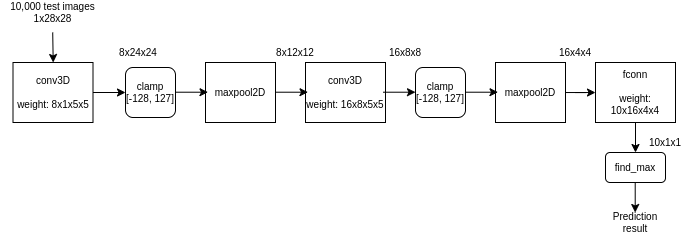
Above: spec/images/lenet.png in v00id852/LittleChip (draw.io), before the change. Source tidied: cells renumbered, new cells last; positions are measured from the earlier drawing's top-left corner, leaving out a move shared by most shapes. The source it was exported from:
```xml
<mxGraphModel>
  <root>
    <mxCell id="0" />
    <mxCell id="1" parent="0" />
    <mxCell id="2" value="&lt;font style=&quot;font-size: 10px&quot;&gt;conv3D&lt;br style=&quot;font-size: 10px;&quot;&gt;&lt;br style=&quot;font-size: 10px;&quot;&gt;weight: 8x1x5x5&lt;/font&gt;" style="rounded=0;whiteSpace=wrap;html=1;fontSize=10;" parent="1" vertex="1">
      <mxGeometry x="12.5" y="60" width="80" height="60" as="geometry" />
    </mxCell>
    <mxCell id="3" value="&lt;font style=&quot;font-size: 10px&quot;&gt;maxpool2D&lt;/font&gt;" style="rounded=0;whiteSpace=wrap;html=1;fontSize=10;" parent="1" vertex="1">
      <mxGeometry x="205" y="60" width="70" height="60" as="geometry" />
    </mxCell>
    <mxCell id="4" value="&lt;font style=&quot;font-size: 10px;&quot;&gt;clamp&lt;br style=&quot;font-size: 10px;&quot;&gt;[-128, 127]&lt;/font&gt;" style="rounded=1;whiteSpace=wrap;html=1;fontSize=10;" parent="1" vertex="1">
      <mxGeometry x="125" y="65" width="50" height="50" as="geometry" />
    </mxCell>
    <mxCell id="5" value="&lt;font style=&quot;font-size: 10px&quot;&gt;conv3D&lt;br style=&quot;font-size: 10px;&quot;&gt;&lt;br style=&quot;font-size: 10px;&quot;&gt;weight: 16x8x5x5&lt;/font&gt;" style="rounded=0;whiteSpace=wrap;html=1;fontSize=10;" parent="1" vertex="1">
      <mxGeometry x="305" y="60" width="80" height="60" as="geometry" />
    </mxCell>
    <mxCell id="6" style="edgeStyle=orthogonalEdgeStyle;rounded=0;jettySize=auto;html=1;fillColor=#ffffff;fontSize=10;" parent="1" edge="1" source="7" target="8">
      <mxGeometry relative="1" as="geometry" />
    </mxCell>
    <mxCell id="7" value="&lt;font style=&quot;font-size: 10px&quot;&gt;maxpool2D&lt;/font&gt;" style="rounded=0;whiteSpace=wrap;html=1;fontSize=10;" parent="1" vertex="1">
      <mxGeometry x="495" y="60" width="70" height="60" as="geometry" />
    </mxCell>
    <mxCell id="8" value="&lt;font style=&quot;font-size: 10px&quot;&gt;fconn&lt;br style=&quot;font-size: 10px;&quot;&gt;&lt;br style=&quot;font-size: 10px;&quot;&gt;weight: 10x16x4x4&lt;/font&gt;" style="rounded=0;whiteSpace=wrap;html=1;fontSize=10;" parent="1" vertex="1">
      <mxGeometry x="595" y="60" width="80" height="60" as="geometry" />
    </mxCell>
    <mxCell id="9" value="&lt;font style=&quot;font-size: 10px&quot;&gt;find_max&lt;/font&gt;" style="rounded=1;whiteSpace=wrap;html=1;fontSize=10;" parent="1" vertex="1">
      <mxGeometry x="605" y="150" width="60" height="30" as="geometry" />
    </mxCell>
    <mxCell id="10" value="&lt;font style=&quot;font-size: 10px;&quot;&gt;clamp&lt;br style=&quot;font-size: 10px;&quot;&gt;[-128, 127]&lt;/font&gt;" style="rounded=1;whiteSpace=wrap;html=1;fontSize=10;" parent="1" vertex="1">
      <mxGeometry x="415" y="65" width="50" height="50" as="geometry" />
    </mxCell>
    <mxCell id="11" value="10,000 test images 1x28x28" style="text;html=1;strokeColor=none;fillColor=none;align=center;verticalAlign=middle;whiteSpace=wrap;rounded=0;fontSize=10;" parent="1" vertex="1">
      <mxGeometry width="105" height="20" as="geometry" />
    </mxCell>
    <mxCell id="12" value="8x24x24" style="text;html=1;strokeColor=none;fillColor=none;align=center;verticalAlign=middle;whiteSpace=wrap;rounded=0;fontSize=10;" parent="1" vertex="1">
      <mxGeometry x="117.5" y="40" width="40" height="20" as="geometry" />
    </mxCell>
    <mxCell id="13" value="8x12x12" style="text;html=1;strokeColor=none;fillColor=none;align=center;verticalAlign=middle;whiteSpace=wrap;rounded=0;fontSize=10;" parent="1" vertex="1">
      <mxGeometry x="275" y="40" width="40" height="20" as="geometry" />
    </mxCell>
    <mxCell id="14" value="16x8x8" style="text;html=1;strokeColor=none;fillColor=none;align=center;verticalAlign=middle;whiteSpace=wrap;rounded=0;fontSize=10;" parent="1" vertex="1">
      <mxGeometry x="385" y="40" width="40" height="20" as="geometry" />
    </mxCell>
    <mxCell id="15" value="16x4x4" style="text;html=1;strokeColor=none;fillColor=none;align=center;verticalAlign=middle;whiteSpace=wrap;rounded=0;fontSize=10;" parent="1" vertex="1">
      <mxGeometry x="555" y="40" width="40" height="20" as="geometry" />
    </mxCell>
    <mxCell id="16" value="Prediction result" style="text;html=1;strokeColor=none;fillColor=none;align=center;verticalAlign=middle;whiteSpace=wrap;rounded=0;fontSize=10;" parent="1" vertex="1">
      <mxGeometry x="615" y="210" width="40" height="20" as="geometry" />
    </mxCell>
    <mxCell id="17" value="10x1x1" style="text;html=1;strokeColor=none;fillColor=none;align=center;verticalAlign=middle;whiteSpace=wrap;rounded=0;fontSize=10;" parent="1" vertex="1">
      <mxGeometry x="645" y="130" width="40" height="20" as="geometry" />
    </mxCell>
    <mxCell id="18" style="endArrow=classic;html=1;fillColor=#ffffff;fontSize=10;exitX=1;exitY=0.5;exitDx=0;exitDy=0;entryX=0;entryY=0.5;entryDx=0;entryDy=0;" parent="1" edge="1" source="2" target="4">
      <mxGeometry relative="1" as="geometry" />
    </mxCell>
    <mxCell id="19" style="endArrow=classic;html=1;fillColor=#ffffff;fontSize=10;exitX=1;exitY=0.5;exitDx=0;exitDy=0;entryX=0;entryY=0.5;entryDx=0;entryDy=0;" parent="1" edge="1">
      <mxGeometry relative="1" as="geometry">
        <mxPoint x="175" y="89.7" as="sourcePoint" />
        <mxPoint x="207.5" y="89.7" as="targetPoint" />
      </mxGeometry>
    </mxCell>
    <mxCell id="20" style="endArrow=classic;html=1;fillColor=#ffffff;fontSize=10;exitX=1;exitY=0.5;exitDx=0;exitDy=0;entryX=0;entryY=0.5;entryDx=0;entryDy=0;" parent="1" edge="1">
      <mxGeometry relative="1" as="geometry">
        <mxPoint x="275" y="89.7" as="sourcePoint" />
        <mxPoint x="307.5" y="89.7" as="targetPoint" />
      </mxGeometry>
    </mxCell>
    <mxCell id="21" style="endArrow=classic;html=1;fillColor=#ffffff;fontSize=10;exitX=1;exitY=0.5;exitDx=0;exitDy=0;entryX=0;entryY=0.5;entryDx=0;entryDy=0;" parent="1" edge="1">
      <mxGeometry relative="1" as="geometry">
        <mxPoint x="382.5" y="89.7" as="sourcePoint" />
        <mxPoint x="415" y="89.7" as="targetPoint" />
      </mxGeometry>
    </mxCell>
    <mxCell id="22" style="endArrow=classic;html=1;fillColor=#ffffff;fontSize=10;exitX=1;exitY=0.5;exitDx=0;exitDy=0;entryX=0;entryY=0.5;entryDx=0;entryDy=0;" parent="1" edge="1">
      <mxGeometry relative="1" as="geometry">
        <mxPoint x="465" y="89.7" as="sourcePoint" />
        <mxPoint x="497.5" y="89.7" as="targetPoint" />
      </mxGeometry>
    </mxCell>
    <mxCell id="23" style="endArrow=classic;html=1;fillColor=#ffffff;fontSize=10;exitX=0.5;exitY=1;exitDx=0;exitDy=0;entryX=0.5;entryY=0;entryDx=0;entryDy=0;" parent="1" edge="1" source="8" target="9">
      <mxGeometry relative="1" as="geometry" />
    </mxCell>
    <mxCell id="24" style="endArrow=classic;html=1;fillColor=#ffffff;fontSize=10;exitX=1;exitY=0.5;exitDx=0;exitDy=0;" parent="1" edge="1">
      <mxGeometry relative="1" as="geometry">
        <mxPoint x="52.2" y="30" as="sourcePoint" />
        <mxPoint x="52.7" y="60" as="targetPoint" />
      </mxGeometry>
    </mxCell>
    <mxCell id="25" style="endArrow=classic;html=1;fillColor=#ffffff;fontSize=10;exitX=0.5;exitY=1;exitDx=0;exitDy=0;entryX=0.5;entryY=0;entryDx=0;entryDy=0;" parent="1" edge="1">
      <mxGeometry relative="1" as="geometry">
        <mxPoint x="634.7" y="180" as="sourcePoint" />
        <mxPoint x="634.7" y="210" as="targetPoint" />
      </mxGeometry>
    </mxCell>
  </root>
</mxGraphModel>
```
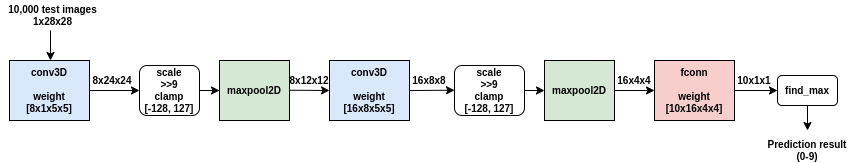
Later version of the same file.

Change to the diagram source:
```diff
@@ -2,95 +2,92 @@
   <root>
     <mxCell id="0" />
     <mxCell id="1" parent="0" />
-    <mxCell id="2" value="&lt;font style=&quot;font-size: 10px&quot;&gt;conv3D&lt;br style=&quot;font-size: 10px;&quot;&gt;&lt;br style=&quot;font-size: 10px;&quot;&gt;weight: 8x1x5x5&lt;/font&gt;" style="rounded=0;whiteSpace=wrap;html=1;fontSize=10;" parent="1" vertex="1">
-      <mxGeometry x="12.5" y="60" width="80" height="60" as="geometry" />
+    <mxCell id="2" value="&lt;font style=&quot;font-size: 10px&quot;&gt;&lt;b&gt;conv3D&lt;br style=&quot;font-size: 10px&quot;&gt;&lt;br style=&quot;font-size: 10px&quot;&gt;weight&lt;br&gt;[8x1x5x5]&lt;/b&gt;&lt;/font&gt;" style="rounded=0;whiteSpace=wrap;html=1;fontSize=10;strokeWidth=1;fillColor=#dae8fc;" parent="1" vertex="1">
+      <mxGeometry x="-46" y="60" width="80" height="60" as="geometry" />
     </mxCell>
-    <mxCell id="3" value="&lt;font style=&quot;font-size: 10px&quot;&gt;maxpool2D&lt;/font&gt;" style="rounded=0;whiteSpace=wrap;html=1;fontSize=10;" parent="1" vertex="1">
-      <mxGeometry x="205" y="60" width="70" height="60" as="geometry" />
+    <mxCell id="3" value="&lt;font style=&quot;font-size: 10px&quot;&gt;&lt;b&gt;maxpool2D&lt;/b&gt;&lt;/font&gt;" style="rounded=0;whiteSpace=wrap;html=1;fontSize=10;strokeWidth=1;fillColor=#d5e8d4;" parent="1" vertex="1">
+      <mxGeometry x="164" y="60" width="70" height="60" as="geometry" />
     </mxCell>
+    <mxCell id="26" style="edgeStyle=orthogonalEdgeStyle;rounded=0;jettySize=auto;html=1;" parent="1" edge="1" target="3">
+      <mxGeometry relative="1" as="geometry">
+        <mxPoint x="144" y="90" as="sourcePoint" />
+      </mxGeometry>
+    </mxCell>
-    <mxCell id="4" value="&lt;font style=&quot;font-size: 10px;&quot;&gt;clamp&lt;br style=&quot;font-size: 10px;&quot;&gt;[-128, 127]&lt;/font&gt;" style="rounded=1;whiteSpace=wrap;html=1;fontSize=10;" parent="1" vertex="1">
-      <mxGeometry x="125" y="65" width="50" height="50" as="geometry" />
+    <mxCell id="4" value="&lt;font style=&quot;font-size: 10px&quot;&gt;&lt;b&gt;scale&lt;br&gt;&amp;gt;&amp;gt;9&lt;br&gt;clamp&lt;br style=&quot;font-size: 10px&quot;&gt;[-128, 127]&lt;/b&gt;&lt;/font&gt;" style="rounded=1;whiteSpace=wrap;html=1;fontSize=10;" parent="1" vertex="1">
+      <mxGeometry x="84" y="65" width="60" height="50" as="geometry" />
     </mxCell>
-    <mxCell id="5" value="&lt;font style=&quot;font-size: 10px&quot;&gt;conv3D&lt;br style=&quot;font-size: 10px;&quot;&gt;&lt;br style=&quot;font-size: 10px;&quot;&gt;weight: 16x8x5x5&lt;/font&gt;" style="rounded=0;whiteSpace=wrap;html=1;fontSize=10;" parent="1" vertex="1">
-      <mxGeometry x="305" y="60" width="80" height="60" as="geometry" />
+    <mxCell id="5" value="&lt;font style=&quot;font-size: 10px&quot;&gt;&lt;b&gt;conv3D&lt;br style=&quot;font-size: 10px&quot;&gt;&lt;br style=&quot;font-size: 10px&quot;&gt;weight&lt;br&gt;[16x8x5x5]&lt;/b&gt;&lt;/font&gt;" style="rounded=0;whiteSpace=wrap;html=1;fontSize=10;strokeWidth=1;fillColor=#dae8fc;" parent="1" vertex="1">
+      <mxGeometry x="274" y="60" width="80" height="60" as="geometry" />
     </mxCell>
-    <mxCell id="6" style="edgeStyle=orthogonalEdgeStyle;rounded=0;jettySize=auto;html=1;fillColor=#ffffff;fontSize=10;" parent="1" edge="1" source="7" target="8">
-      <mxGeometry relative="1" as="geometry" />
-    </mxCell>
-    <mxCell id="7" value="&lt;font style=&quot;font-size: 10px&quot;&gt;maxpool2D&lt;/font&gt;" style="rounded=0;whiteSpace=wrap;html=1;fontSize=10;" parent="1" vertex="1">
-      <mxGeometry x="495" y="60" width="70" height="60" as="geometry" />
+    <mxCell id="7" value="&lt;font style=&quot;font-size: 10px&quot;&gt;&lt;b&gt;maxpool2D&lt;/b&gt;&lt;/font&gt;" style="rounded=0;whiteSpace=wrap;html=1;fontSize=10;strokeWidth=1;fillColor=#d5e8d4;" parent="1" vertex="1">
+      <mxGeometry x="489" y="60" width="70" height="60" as="geometry" />
     </mxCell>
-    <mxCell id="8" value="&lt;font style=&quot;font-size: 10px&quot;&gt;fconn&lt;br style=&quot;font-size: 10px;&quot;&gt;&lt;br style=&quot;font-size: 10px;&quot;&gt;weight: 10x16x4x4&lt;/font&gt;" style="rounded=0;whiteSpace=wrap;html=1;fontSize=10;" parent="1" vertex="1">
-      <mxGeometry x="595" y="60" width="80" height="60" as="geometry" />
+    <mxCell id="8" value="&lt;font style=&quot;font-size: 10px&quot;&gt;&lt;b&gt;fconn&lt;br style=&quot;font-size: 10px&quot;&gt;&lt;br style=&quot;font-size: 10px&quot;&gt;weight&lt;br&gt;[10x16x4x4]&lt;/b&gt;&lt;/font&gt;" style="rounded=0;whiteSpace=wrap;html=1;fontSize=10;strokeWidth=1;fillColor=#f8cecc;" parent="1" vertex="1">
+      <mxGeometry x="599" y="60" width="80" height="60" as="geometry" />
     </mxCell>
-    <mxCell id="9" value="&lt;font style=&quot;font-size: 10px&quot;&gt;find_max&lt;/font&gt;" style="rounded=1;whiteSpace=wrap;html=1;fontSize=10;" parent="1" vertex="1">
-      <mxGeometry x="605" y="150" width="60" height="30" as="geometry" />
+    <mxCell id="9" value="&lt;font style=&quot;font-size: 10px&quot;&gt;&lt;b&gt;find_max&lt;/b&gt;&lt;/font&gt;" style="rounded=1;whiteSpace=wrap;html=1;fontSize=10;" parent="1" vertex="1">
+      <mxGeometry x="722" y="75" width="60" height="30" as="geometry" />
     </mxCell>
-    <mxCell id="10" value="&lt;font style=&quot;font-size: 10px;&quot;&gt;clamp&lt;br style=&quot;font-size: 10px;&quot;&gt;[-128, 127]&lt;/font&gt;" style="rounded=1;whiteSpace=wrap;html=1;fontSize=10;" parent="1" vertex="1">
-      <mxGeometry x="415" y="65" width="50" height="50" as="geometry" />
+    <mxCell id="10" value="&lt;font style=&quot;font-size: 10px&quot;&gt;&lt;b&gt;scale&lt;br&gt;&amp;gt;&amp;gt;9&lt;br&gt;clamp&lt;br style=&quot;font-size: 10px&quot;&gt;[-128, 127]&lt;/b&gt;&lt;/font&gt;" style="rounded=1;whiteSpace=wrap;html=1;fontSize=10;" parent="1" vertex="1">
+      <mxGeometry x="399" y="65" width="70" height="50" as="geometry" />
     </mxCell>
-    <mxCell id="11" value="10,000 test images 1x28x28" style="text;html=1;strokeColor=none;fillColor=none;align=center;verticalAlign=middle;whiteSpace=wrap;rounded=0;fontSize=10;" parent="1" vertex="1">
-      <mxGeometry width="105" height="20" as="geometry" />
+    <mxCell id="11" value="&lt;b&gt;10,000 test images 1x28x28&lt;/b&gt;" style="text;html=1;strokeColor=none;fillColor=none;align=center;verticalAlign=middle;whiteSpace=wrap;rounded=0;fontSize=10;" parent="1" vertex="1">
+      <mxGeometry x="-55" width="105" height="30" as="geometry" />
     </mxCell>
-    <mxCell id="12" value="8x24x24" style="text;html=1;strokeColor=none;fillColor=none;align=center;verticalAlign=middle;whiteSpace=wrap;rounded=0;fontSize=10;" parent="1" vertex="1">
-      <mxGeometry x="117.5" y="40" width="40" height="20" as="geometry" />
+    <mxCell id="12" value="&lt;b&gt;8x24x24&lt;/b&gt;" style="text;html=1;strokeColor=none;fillColor=none;align=center;verticalAlign=middle;whiteSpace=wrap;rounded=0;fontSize=10;" parent="1" vertex="1">
+      <mxGeometry x="37" y="70" width="40" height="20" as="geometry" />
     </mxCell>
-    <mxCell id="13" value="8x12x12" style="text;html=1;strokeColor=none;fillColor=none;align=center;verticalAlign=middle;whiteSpace=wrap;rounded=0;fontSize=10;" parent="1" vertex="1">
-      <mxGeometry x="275" y="40" width="40" height="20" as="geometry" />
+    <mxCell id="13" value="&lt;b&gt;8x12x12&lt;/b&gt;" style="text;html=1;strokeColor=none;fillColor=none;align=center;verticalAlign=middle;whiteSpace=wrap;rounded=0;fontSize=10;" parent="1" vertex="1">
+      <mxGeometry x="234" y="70" width="40" height="20" as="geometry" />
     </mxCell>
-    <mxCell id="14" value="16x8x8" style="text;html=1;strokeColor=none;fillColor=none;align=center;verticalAlign=middle;whiteSpace=wrap;rounded=0;fontSize=10;" parent="1" vertex="1">
-      <mxGeometry x="385" y="40" width="40" height="20" as="geometry" />
+    <mxCell id="14" value="&lt;b&gt;16x8x8&lt;/b&gt;" style="text;html=1;strokeColor=none;fillColor=none;align=center;verticalAlign=middle;whiteSpace=wrap;rounded=0;fontSize=10;" parent="1" vertex="1">
+      <mxGeometry x="354" y="70" width="40" height="20" as="geometry" />
     </mxCell>
-    <mxCell id="15" value="16x4x4" style="text;html=1;strokeColor=none;fillColor=none;align=center;verticalAlign=middle;whiteSpace=wrap;rounded=0;fontSize=10;" parent="1" vertex="1">
-      <mxGeometry x="555" y="40" width="40" height="20" as="geometry" />
+    <mxCell id="15" value="&lt;b&gt;16x4x4&lt;/b&gt;" style="text;html=1;strokeColor=none;fillColor=none;align=center;verticalAlign=middle;whiteSpace=wrap;rounded=0;fontSize=10;" parent="1" vertex="1">
+      <mxGeometry x="559" y="70" width="40" height="20" as="geometry" />
     </mxCell>
-    <mxCell id="16" value="Prediction result" style="text;html=1;strokeColor=none;fillColor=none;align=center;verticalAlign=middle;whiteSpace=wrap;rounded=0;fontSize=10;" parent="1" vertex="1">
-      <mxGeometry x="615" y="210" width="40" height="20" as="geometry" />
+    <mxCell id="16" value="&lt;b&gt;Prediction result&lt;br&gt;(0-9)&lt;/b&gt;" style="text;html=1;strokeColor=none;fillColor=none;align=center;verticalAlign=middle;whiteSpace=wrap;rounded=0;fontSize=10;" parent="1" vertex="1">
+      <mxGeometry x="700" y="140" width="104" height="20" as="geometry" />
     </mxCell>
-    <mxCell id="17" value="10x1x1" style="text;html=1;strokeColor=none;fillColor=none;align=center;verticalAlign=middle;whiteSpace=wrap;rounded=0;fontSize=10;" parent="1" vertex="1">
-      <mxGeometry x="645" y="130" width="40" height="20" as="geometry" />
+    <mxCell id="17" value="&lt;b&gt;10x1x1&lt;/b&gt;" style="text;html=1;strokeColor=none;fillColor=none;align=center;verticalAlign=middle;whiteSpace=wrap;rounded=0;fontSize=10;" parent="1" vertex="1">
+      <mxGeometry x="679" y="70" width="40" height="20" as="geometry" />
     </mxCell>
     <mxCell id="18" style="endArrow=classic;html=1;fillColor=#ffffff;fontSize=10;exitX=1;exitY=0.5;exitDx=0;exitDy=0;entryX=0;entryY=0.5;entryDx=0;entryDy=0;" parent="1" edge="1" source="2" target="4">
       <mxGeometry relative="1" as="geometry" />
     </mxCell>
-    <mxCell id="19" style="endArrow=classic;html=1;fillColor=#ffffff;fontSize=10;exitX=1;exitY=0.5;exitDx=0;exitDy=0;entryX=0;entryY=0.5;entryDx=0;entryDy=0;" parent="1" edge="1">
-      <mxGeometry relative="1" as="geometry">
-        <mxPoint x="175" y="89.7" as="sourcePoint" />
-        <mxPoint x="207.5" y="89.7" as="targetPoint" />
-      </mxGeometry>
-    </mxCell>
-    <mxCell id="20" style="endArrow=classic;html=1;fillColor=#ffffff;fontSize=10;exitX=1;exitY=0.5;exitDx=0;exitDy=0;entryX=0;entryY=0.5;entryDx=0;entryDy=0;" parent="1" edge="1">
+    <mxCell id="20" style="endArrow=classic;html=1;fillColor=#ffffff;fontSize=10;exitX=1;exitY=0.5;exitDx=0;exitDy=0;entryX=0;entryY=0.5;entryDx=0;entryDy=0;" parent="1" edge="1" target="5">
       <mxGeometry relative="1" as="geometry">
-        <mxPoint x="275" y="89.7" as="sourcePoint" />
-        <mxPoint x="307.5" y="89.7" as="targetPoint" />
+        <mxPoint x="234" y="89.7" as="sourcePoint" />
       </mxGeometry>
     </mxCell>
-    <mxCell id="21" style="endArrow=classic;html=1;fillColor=#ffffff;fontSize=10;exitX=1;exitY=0.5;exitDx=0;exitDy=0;entryX=0;entryY=0.5;entryDx=0;entryDy=0;" parent="1" edge="1">
+    <mxCell id="21" style="endArrow=classic;html=1;fillColor=#ffffff;fontSize=10;exitX=1;exitY=0.5;exitDx=0;exitDy=0;entryX=0;entryY=0.5;entryDx=0;entryDy=0;" parent="1" edge="1" source="5">
       <mxGeometry relative="1" as="geometry">
-        <mxPoint x="382.5" y="89.7" as="sourcePoint" />
-        <mxPoint x="415" y="89.7" as="targetPoint" />
+        <mxPoint x="399" y="89.7" as="targetPoint" />
       </mxGeometry>
     </mxCell>
-    <mxCell id="22" style="endArrow=classic;html=1;fillColor=#ffffff;fontSize=10;exitX=1;exitY=0.5;exitDx=0;exitDy=0;entryX=0;entryY=0.5;entryDx=0;entryDy=0;" parent="1" edge="1">
+    <mxCell id="22" style="endArrow=classic;html=1;fillColor=#ffffff;fontSize=10;exitX=1;exitY=0.5;exitDx=0;exitDy=0;" parent="1" edge="1">
       <mxGeometry relative="1" as="geometry">
-        <mxPoint x="465" y="89.7" as="sourcePoint" />
-        <mxPoint x="497.5" y="89.7" as="targetPoint" />
+        <mxPoint x="469" y="90" as="sourcePoint" />
+        <mxPoint x="489" y="90" as="targetPoint" />
       </mxGeometry>
     </mxCell>
-    <mxCell id="23" style="endArrow=classic;html=1;fillColor=#ffffff;fontSize=10;exitX=0.5;exitY=1;exitDx=0;exitDy=0;entryX=0.5;entryY=0;entryDx=0;entryDy=0;" parent="1" edge="1" source="8" target="9">
+    <mxCell id="23" style="endArrow=classic;html=1;fillColor=#ffffff;fontSize=10;exitX=1;exitY=0.5;exitDx=0;exitDy=0;entryX=0;entryY=0.5;entryDx=0;entryDy=0;" parent="1" edge="1" source="8" target="9">
       <mxGeometry relative="1" as="geometry" />
     </mxCell>
-    <mxCell id="24" style="endArrow=classic;html=1;fillColor=#ffffff;fontSize=10;exitX=1;exitY=0.5;exitDx=0;exitDy=0;" parent="1" edge="1">
+    <mxCell id="24" style="endArrow=classic;html=1;fillColor=#ffffff;fontSize=10;" parent="1" edge="1">
       <mxGeometry relative="1" as="geometry">
-        <mxPoint x="52.2" y="30" as="sourcePoint" />
-        <mxPoint x="52.7" y="60" as="targetPoint" />
+        <mxPoint x="-5" y="30" as="sourcePoint" />
+        <mxPoint x="-5" y="60" as="targetPoint" />
       </mxGeometry>
     </mxCell>
-    <mxCell id="25" style="endArrow=classic;html=1;fillColor=#ffffff;fontSize=10;exitX=0.5;exitY=1;exitDx=0;exitDy=0;entryX=0.5;entryY=0;entryDx=0;entryDy=0;" parent="1" edge="1">
-      <mxGeometry relative="1" as="geometry">
-        <mxPoint x="634.7" y="180" as="sourcePoint" />
-        <mxPoint x="634.7" y="210" as="targetPoint" />
-      </mxGeometry>
-    </mxCell>
+    <mxCell id="6" style="endArrow=classic;html=1;fillColor=#ffffff;fontSize=10;entryX=0;entryY=0.5;entryDx=0;entryDy=0;exitX=1;exitY=0.5;exitDx=0;exitDy=0;" parent="1" edge="1" source="7" target="8">
+      <mxGeometry relative="1" as="geometry" />
+    </mxCell>
+    <mxCell id="27" style="endArrow=classic;html=1;" parent="1" edge="1">
+      <mxGeometry relative="1" as="geometry">
+        <mxPoint x="752" y="105" as="sourcePoint" />
+        <mxPoint x="752" y="130" as="targetPoint" />
+      </mxGeometry>
+    </mxCell>
   </root>
 </mxGraphModel>
```
